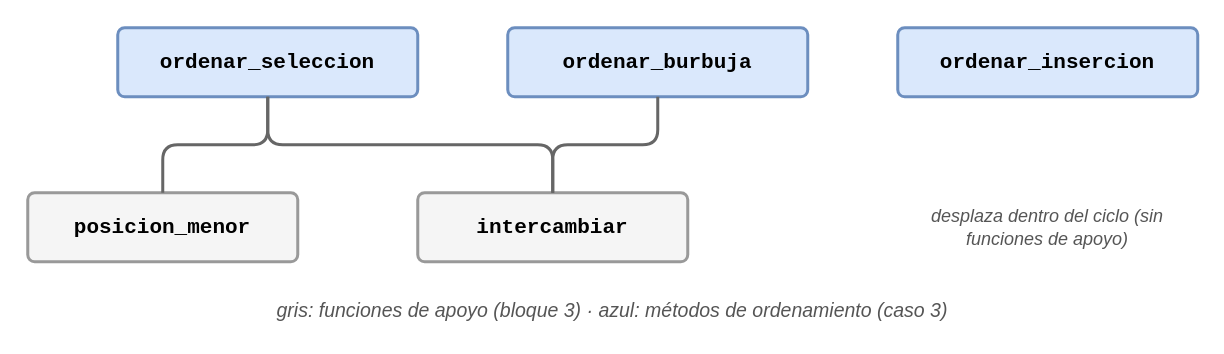
Above: clases/12/teoria/diagramas/arbol_ordenamientos.drawio in algoritmos-UdeA/logica1-20262 (draw.io), before the change. Source tidied: cells renumbered, new cells numbered last; positions are measured from the earlier drawing's top-left corner, leaving out a move shared by most shapes. Both pictures are drawn from the tidied source at 150%, with x=0, y=0 at pixel (27, 27).
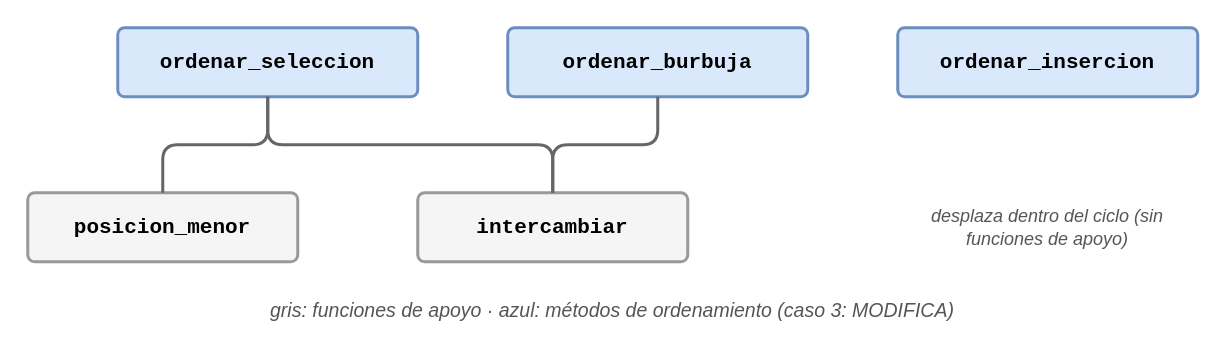
The same diagram, later.

Commit message (it also covers changes not shown here):
Clase 12: diagramas fuente de Cowork y correcciones de la presentacion

Diff of the diagram source:
```diff
@@
 <mxGraphModel>
   <root>
     <mxCell id="0" />
     <mxCell id="1" parent="0" />
     <mxCell id="2" value="ordenar_seleccion" style="rounded=1;arcSize=10;whiteSpace=wrap;html=1;fillColor=#DAE8FC;strokeColor=#6C8EBF;strokeWidth=2;fontStyle=1;fontSize=14;fontFamily=Consolas, monospace;" parent="1" vertex="1">
       <mxGeometry x="60" width="200" height="46" as="geometry" />
     </mxCell>
     <mxCell id="3" value="ordenar_burbuja" style="rounded=1;arcSize=10;whiteSpace=wrap;html=1;fillColor=#DAE8FC;strokeColor=#6C8EBF;strokeWidth=2;fontStyle=1;fontSize=14;fontFamily=Consolas, monospace;" parent="1" vertex="1">
       <mxGeometry x="320" width="200" height="46" as="geometry" />
     </mxCell>
     <mxCell id="4" value="ordenar_insercion" style="rounded=1;arcSize=10;whiteSpace=wrap;html=1;fillColor=#DAE8FC;strokeColor=#6C8EBF;strokeWidth=2;fontStyle=1;fontSize=14;fontFamily=Consolas, monospace;" parent="1" vertex="1">
       <mxGeometry x="580" width="200" height="46" as="geometry" />
     </mxCell>
     <mxCell id="5" value="posicion_menor" style="rounded=1;arcSize=10;whiteSpace=wrap;html=1;fillColor=#F5F5F5;strokeColor=#999999;strokeWidth=2;fontStyle=1;fontSize=14;fontFamily=Consolas, monospace;" parent="1" vertex="1">
       <mxGeometry y="110" width="180" height="46" as="geometry" />
     </mxCell>
     <mxCell id="6" value="intercambiar" style="rounded=1;arcSize=10;whiteSpace=wrap;html=1;fillColor=#F5F5F5;strokeColor=#999999;strokeWidth=2;fontStyle=1;fontSize=14;fontFamily=Consolas, monospace;" parent="1" vertex="1">
       <mxGeometry x="260" y="110" width="180" height="46" as="geometry" />
     </mxCell>
     <mxCell id="7" style="endArrow=none;html=1;strokeWidth=2;strokeColor=#666666;edgeStyle=orthogonalEdgeStyle;" parent="1" edge="1" source="2" target="5">
       <mxGeometry relative="1" as="geometry" />
     </mxCell>
     <mxCell id="8" style="endArrow=none;html=1;strokeWidth=2;strokeColor=#666666;edgeStyle=orthogonalEdgeStyle;" parent="1" edge="1" source="2" target="6">
       <mxGeometry relative="1" as="geometry" />
     </mxCell>
     <mxCell id="9" style="endArrow=none;html=1;strokeWidth=2;strokeColor=#666666;edgeStyle=orthogonalEdgeStyle;" parent="1" edge="1" source="3" target="6">
       <mxGeometry relative="1" as="geometry" />
     </mxCell>
     <mxCell id="10" value="desplaza dentro del ciclo (sin funciones de apoyo)" style="text;html=1;align=center;verticalAlign=middle;fontSize=13;fontStyle=2;fontColor=#555555;whiteSpace=wrap;fontSize=12;" parent="1" vertex="1">
       <mxGeometry x="580" y="110" width="200" height="46" as="geometry" />
     </mxCell>
-    <mxCell id="11" value="gris: funciones de apoyo (bloque 3) · azul: métodos de ordenamiento (caso 3)" style="text;html=1;align=center;verticalAlign=middle;fontSize=13;fontStyle=2;fontColor=#555555;whiteSpace=wrap;" parent="1" vertex="1">
+    <mxCell id="11" value="gris: funciones de apoyo · azul: métodos de ordenamiento (caso 3: MODIFICA)" style="text;html=1;align=center;verticalAlign=middle;fontSize=13;fontStyle=2;fontColor=#555555;whiteSpace=wrap;" parent="1" vertex="1">
       <mxGeometry y="175" width="780" height="26" as="geometry" />
     </mxCell>
   </root>
 </mxGraphModel>
```
